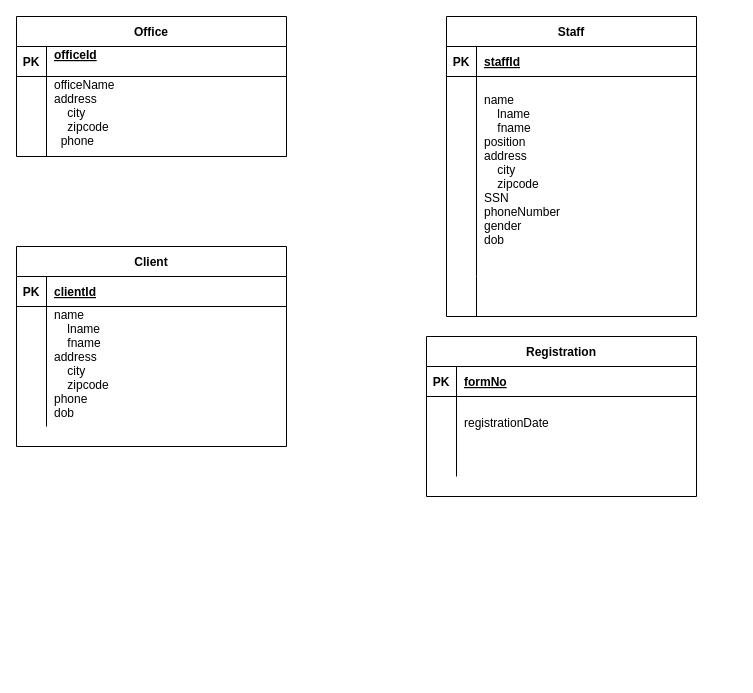
The draw.io diagram dbms project part 1.drawio in arindakhill/7.-DBMS-by-Mrudula-Mukadam, before the edit. Source tidied: cells renumbered, new cells numbered last; positions are measured from the earlier drawing's top-left corner, leaving out a move shared by most shapes. Both pictures are drawn from the tidied source at 100%, with x=0, y=0 at pixel (16, 16).
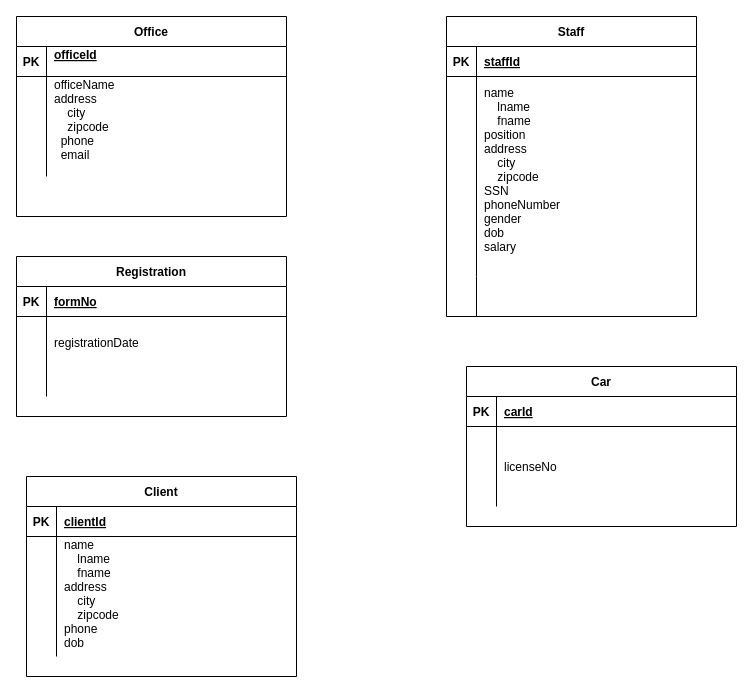
The same page after the edit.

The change refers to these unchanged cells:
```xml
<mxCell id="6" style="shape=partialRectangle;fillColor=none;top=0;left=0;right=0;bottom=0;" parent="2" vertex="1">
  <mxGeometry y="60" width="250" height="200" as="geometry" />
</mxCell>
```

Change to the diagram source:
```diff
@@
-    <mxCell id="8" value="name&#10;    lname&#10;    fname&#10;position&#10;address&#10;    city&#10;    zipcode&#10;SSN&#10;phoneNumber&#10;gender&#10;dob&#10;" style="shape=partialRectangle;overflow=hidden;fillColor=none;top=0;left=0;bottom=0;right=0;align=left;spacingLeft=6;" parent="6" vertex="1">
+    <mxCell id="8" value="name&#10;    lname&#10;    fname&#10;position&#10;address&#10;    city&#10;    zipcode&#10;SSN&#10;phoneNumber&#10;gender&#10;dob&#10;salary&#10;" style="shape=partialRectangle;overflow=hidden;fillColor=none;top=0;left=0;bottom=0;right=0;align=left;spacingLeft=6;" parent="6" vertex="1">
       <mxGeometry x="30" width="220" height="200" as="geometry" />
     </mxCell>
@@
     <mxCell id="12" value="Office" style="shape=table;startSize=30;childLayout=tableLayout;rowLines=0;fontStyle=1;align=center;" parent="1" vertex="1">
-      <mxGeometry width="270" height="140" as="geometry" />
+      <mxGeometry width="270" height="200" as="geometry" />
     </mxCell>
@@
     <mxCell id="16" style="shape=partialRectangle;fillColor=none;top=0;left=0;right=0;bottom=0;" parent="12" vertex="1">
-      <mxGeometry y="60" width="270" height="80" as="geometry" />
+      <mxGeometry y="60" width="270" height="100" as="geometry" />
     </mxCell>
     <mxCell id="17" style="shape=partialRectangle;overflow=hidden;fillColor=none;top=0;left=0;bottom=0;right=0;" parent="16" vertex="1">
-      <mxGeometry width="30" height="80" as="geometry" />
+      <mxGeometry width="30" height="100" as="geometry" />
     </mxCell>
-    <mxCell id="18" value="officeName&#10;address&#10;    city&#10;    zipcode&#10;  phone&#10;    &#10;&#10;" style="shape=partialRectangle;overflow=hidden;fillColor=none;top=0;left=0;bottom=0;right=0;align=left;spacingLeft=6;" parent="16" vertex="1">
-      <mxGeometry x="30" width="240" height="80" as="geometry" />
+    <mxCell id="18" value="officeName&#10;address&#10;    city&#10;    zipcode&#10;  phone&#10;  email&#10;&#10;" style="shape=partialRectangle;overflow=hidden;fillColor=none;top=0;left=0;bottom=0;right=0;align=left;spacingLeft=6;" parent="16" vertex="1">
+      <mxGeometry x="30" width="240" height="100" as="geometry" />
     </mxCell>
     <mxCell id="19" value="Client" style="shape=table;startSize=30;childLayout=tableLayout;rowLines=0;fontStyle=1;align=center;" parent="1" vertex="1">
-      <mxGeometry y="230" width="270" height="200" as="geometry" />
+      <mxGeometry x="10" y="460" width="270" height="200" as="geometry" />
     </mxCell>
@@
     <mxCell id="26" value="Registration" style="shape=table;startSize=30;childLayout=tableLayout;rowLines=0;fontStyle=1;align=center;" parent="1" vertex="1">
-      <mxGeometry x="410" y="320" width="270" height="160" as="geometry" />
+      <mxGeometry y="240" width="270" height="160" as="geometry" />
     </mxCell>
@@
+    <mxCell id="33" value="Car" style="shape=table;startSize=30;childLayout=tableLayout;rowLines=0;fontStyle=1;align=center;" parent="1" vertex="1">
+      <mxGeometry x="450" y="350" width="270" height="160" as="geometry" />
+    </mxCell>
+    <mxCell id="34" style="shape=partialRectangle;fillColor=none;top=0;left=0;right=0;bottom=1;" parent="33" vertex="1">
+      <mxGeometry y="30" width="270" height="30" as="geometry" />
+    </mxCell>
+    <mxCell id="35" value="PK" style="shape=partialRectangle;overflow=hidden;fillColor=none;top=0;left=0;bottom=0;right=0;fontStyle=1;" parent="34" vertex="1">
+      <mxGeometry width="30" height="30" as="geometry" />
+    </mxCell>
+    <mxCell id="36" value="carId" style="shape=partialRectangle;overflow=hidden;fillColor=none;top=0;left=0;bottom=0;right=0;align=left;spacingLeft=6;fontStyle=5;" parent="34" vertex="1">
+      <mxGeometry x="30" width="240" height="30" as="geometry" />
+    </mxCell>
+    <mxCell id="37" style="shape=partialRectangle;fillColor=none;top=0;left=0;right=0;bottom=0;" parent="33" vertex="1">
+      <mxGeometry y="60" width="270" height="80" as="geometry" />
+    </mxCell>
+    <mxCell id="38" style="shape=partialRectangle;overflow=hidden;fillColor=none;top=0;left=0;bottom=0;right=0;" parent="37" vertex="1">
+      <mxGeometry width="30" height="80" as="geometry" />
+    </mxCell>
+    <mxCell id="39" value="licenseNo" style="shape=partialRectangle;overflow=hidden;fillColor=none;top=0;left=0;bottom=0;right=0;align=left;spacingLeft=6;" parent="37" vertex="1">
+      <mxGeometry x="30" width="240" height="80" as="geometry" />
+    </mxCell>
```
